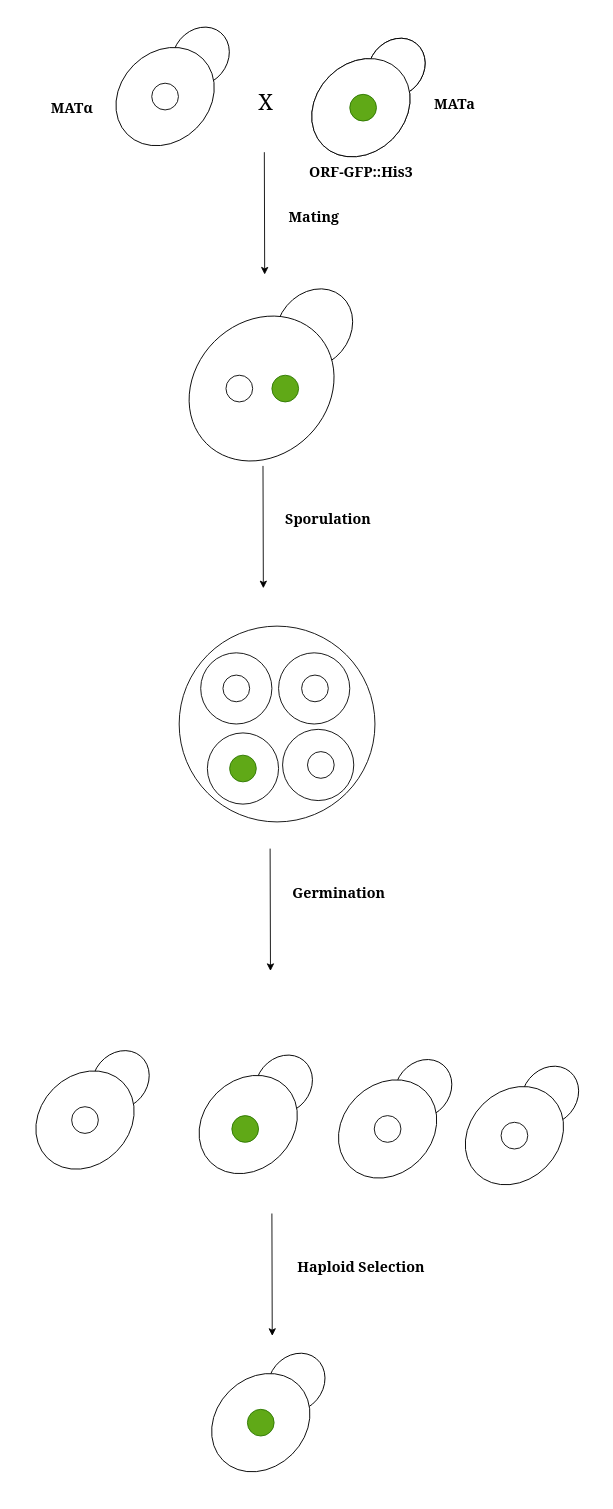
This is sporulation_library.drawio from AcubeSAT/yeast-biology, a draw.io file, before an edit. Source tidied: cells renumbered, new cells numbered last; positions are measured from the earlier drawing's top-left corner, leaving out a move shared by most shapes. Both pictures are drawn from the tidied source at 89%, with x=0, y=0 at pixel (31, 29).
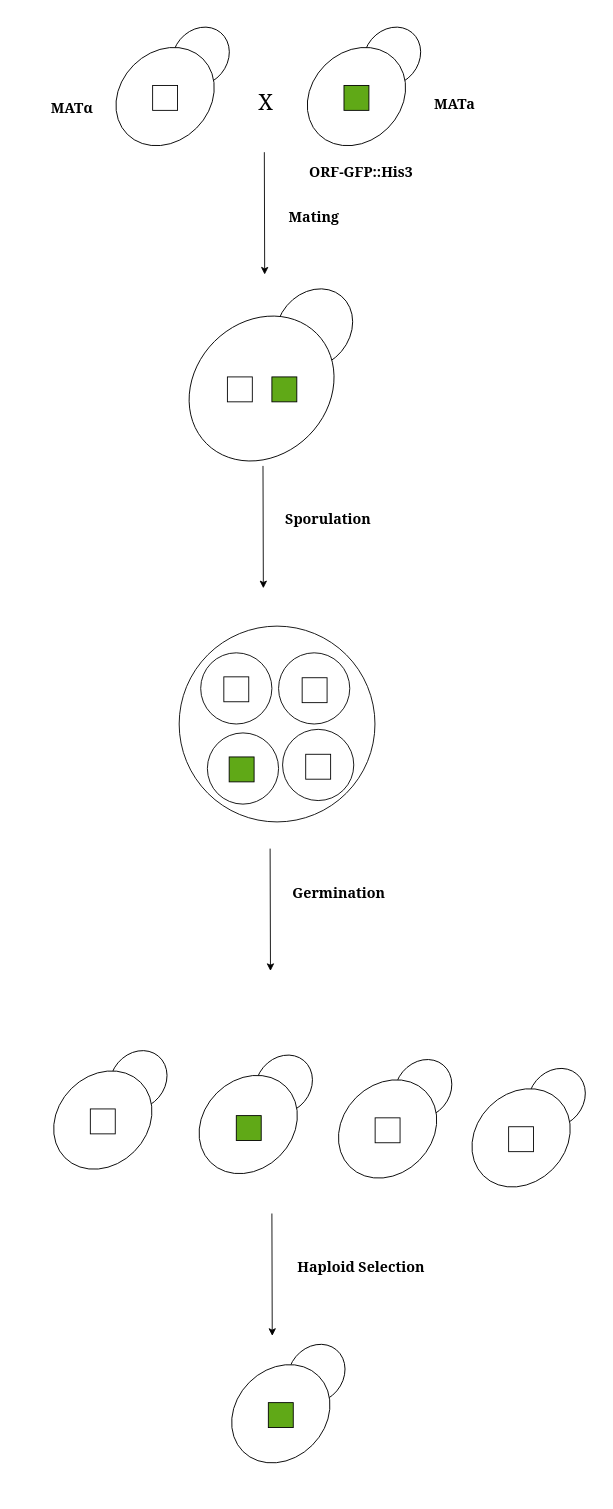
The same page after the edit.

What changed in the source:
```diff
@@
-    <mxCell id="2" style="ellipse;whiteSpace=wrap;html=1;rotation=130;direction=south;fillColor=#E6E6E6;strokeColor=#E6E6E6;" parent="1" vertex="1">
-      <mxGeometry x="155" width="70" height="60" as="geometry" />
-    </mxCell>
-    <mxCell id="3" style="ellipse;whiteSpace=wrap;html=1;direction=north;rotation=-45;fillColor=#E6E6E6;strokeColor=#E6E6E6;" parent="1" vertex="1">
-      <mxGeometry x="90" y="25" width="120" height="100" as="geometry" />
-    </mxCell>
-    <mxCell id="4" style="ellipse;whiteSpace=wrap;html=1;rotation=130;direction=south;fillColor=#FFFFFF;" parent="1" vertex="1">
-      <mxGeometry x="155" width="70" height="60" as="geometry" />
-    </mxCell>
-    <mxCell id="5" style="ellipse;whiteSpace=wrap;html=1;direction=north;rotation=-45;fillColor=#FFFFFF;" parent="1" vertex="1">
-      <mxGeometry x="90" y="25" width="120" height="100" as="geometry" />
-    </mxCell>
@@
-    <mxCell id="8" style="ellipse;whiteSpace=wrap;html=1;rotation=130;direction=south;fillColor=#FFFFFF;" parent="1" vertex="1">
-      <mxGeometry x="375" y="12.5" width="70" height="60" as="geometry" />
-    </mxCell>
-    <mxCell id="9" style="ellipse;whiteSpace=wrap;html=1;direction=north;rotation=-45;fillColor=#FFFFFF;" parent="1" vertex="1">
-      <mxGeometry x="310" y="37.5" width="120" height="100" as="geometry" />
-    </mxCell>
-    <mxCell id="10" style="ellipse;whiteSpace=wrap;html=1;rotation=130;direction=south;fillColor=#FFFFFF;" parent="1" vertex="1">
-      <mxGeometry x="375" y="12.5" width="70" height="60" as="geometry" />
-    </mxCell>
-    <mxCell id="11" style="ellipse;whiteSpace=wrap;html=1;direction=north;rotation=-45;fillColor=#FFFFFF;" parent="1" vertex="1">
-      <mxGeometry x="310" y="37.5" width="120" height="100" as="geometry" />
-    </mxCell>
@@
-    <mxCell id="21" style="ellipse;whiteSpace=wrap;html=1;rotation=130;direction=south;fillColor=#FFFFFF;" parent="1" vertex="1">
-      <mxGeometry x="65" y="1150" width="70" height="60" as="geometry" />
-    </mxCell>
-    <mxCell id="22" style="ellipse;whiteSpace=wrap;html=1;direction=north;rotation=-45;fillColor=#FFFFFF;" parent="1" vertex="1">
-      <mxGeometry y="1175" width="120" height="100" as="geometry" />
-    </mxCell>
@@
-    <mxCell id="25" style="ellipse;whiteSpace=wrap;html=1;rotation=130;direction=south;fillColor=#FFFFFF;" parent="1" vertex="1">
-      <mxGeometry x="405" y="1160" width="70" height="60" as="geometry" />
-    </mxCell>
-    <mxCell id="26" style="ellipse;whiteSpace=wrap;html=1;direction=north;rotation=-45;fillColor=#FFFFFF;" parent="1" vertex="1">
-      <mxGeometry x="340" y="1185" width="120" height="100" as="geometry" />
-    </mxCell>
-    <mxCell id="27" style="ellipse;whiteSpace=wrap;html=1;rotation=130;direction=south;fillColor=#FFFFFF;" parent="1" vertex="1">
-      <mxGeometry x="547.5" y="1167.5" width="70" height="60" as="geometry" />
-    </mxCell>
-    <mxCell id="28" style="ellipse;whiteSpace=wrap;html=1;direction=north;rotation=-45;fillColor=#FFFFFF;" parent="1" vertex="1">
-      <mxGeometry x="482.5" y="1192.5" width="120" height="100" as="geometry" />
-    </mxCell>
-    <mxCell id="29" style="ellipse;whiteSpace=wrap;html=1;rotation=130;direction=south;fillColor=#FFFFFF;" parent="1" vertex="1">
-      <mxGeometry x="262.5" y="1490" width="70" height="60" as="geometry" />
-    </mxCell>
-    <mxCell id="30" style="ellipse;whiteSpace=wrap;html=1;direction=north;rotation=-45;fillColor=#FFFFFF;" parent="1" vertex="1">
-      <mxGeometry x="197.5" y="1515" width="120" height="100" as="geometry" />
-    </mxCell>
@@
-    <mxCell id="37" style="ellipse;whiteSpace=wrap;html=1;strokeColor=#000000;fillColor=#FFFFFF;" parent="1" vertex="1">
-      <mxGeometry x="135" y="60" width="30" height="30" as="geometry" />
-    </mxCell>
-    <mxCell id="38" style="ellipse;whiteSpace=wrap;html=1;strokeColor=#2D7600;fillColor=#60a917;fontColor=#ffffff;" parent="1" vertex="1">
-      <mxGeometry x="357.5" y="72.5" width="30" height="30" as="geometry" />
-    </mxCell>
-    <mxCell id="39" style="ellipse;whiteSpace=wrap;html=1;strokeColor=#2D7600;fillColor=#60a917;fontColor=#ffffff;" parent="1" vertex="1">
-      <mxGeometry x="270" y="388.1" width="30" height="30" as="geometry" />
-    </mxCell>
-    <mxCell id="40" style="ellipse;whiteSpace=wrap;html=1;strokeColor=#000000;fillColor=#FFFFFF;" parent="1" vertex="1">
-      <mxGeometry x="218.4" y="388.1" width="30" height="30" as="geometry" />
-    </mxCell>
-    <mxCell id="41" style="ellipse;whiteSpace=wrap;html=1;strokeColor=#000000;fillColor=#FFFFFF;" parent="1" vertex="1">
-      <mxGeometry x="215" y="725" width="30" height="30" as="geometry" />
-    </mxCell>
-    <mxCell id="42" style="ellipse;whiteSpace=wrap;html=1;strokeColor=#000000;fillColor=#FFFFFF;" parent="1" vertex="1">
-      <mxGeometry x="303.4" y="725" width="30" height="30" as="geometry" />
-    </mxCell>
-    <mxCell id="43" style="ellipse;whiteSpace=wrap;html=1;strokeColor=#2D7600;fillColor=#60a917;fontColor=#ffffff;" parent="1" vertex="1">
-      <mxGeometry x="222.5" y="815" width="30" height="30" as="geometry" />
-    </mxCell>
-    <mxCell id="44" style="ellipse;whiteSpace=wrap;html=1;strokeColor=#000000;fillColor=#FFFFFF;" parent="1" vertex="1">
-      <mxGeometry x="310" y="811" width="30" height="30" as="geometry" />
-    </mxCell>
-    <mxCell id="45" style="ellipse;whiteSpace=wrap;html=1;strokeColor=#000000;fillColor=#FFFFFF;" parent="1" vertex="1">
-      <mxGeometry x="45" y="1210" width="30" height="30" as="geometry" />
-    </mxCell>
-    <mxCell id="46" style="ellipse;whiteSpace=wrap;html=1;strokeColor=#000000;fillColor=#FFFFFF;" parent="1" vertex="1">
-      <mxGeometry x="385" y="1220" width="30" height="30" as="geometry" />
-    </mxCell>
-    <mxCell id="47" style="ellipse;whiteSpace=wrap;html=1;strokeColor=#000000;fillColor=#FFFFFF;" parent="1" vertex="1">
-      <mxGeometry x="527.5" y="1227.5" width="30" height="30" as="geometry" />
-    </mxCell>
-    <mxCell id="48" style="ellipse;whiteSpace=wrap;html=1;strokeColor=#2D7600;fillColor=#60a917;fontColor=#ffffff;" parent="1" vertex="1">
-      <mxGeometry x="225" y="1220" width="30" height="30" as="geometry" />
-    </mxCell>
-    <mxCell id="49" style="ellipse;whiteSpace=wrap;html=1;strokeColor=#2D7600;fillColor=#60a917;fontColor=#ffffff;" parent="1" vertex="1">
-      <mxGeometry x="242.5" y="1550" width="30" height="30" as="geometry" />
-    </mxCell>
@@
+    <mxCell id="52" style="ellipse;whiteSpace=wrap;html=1;rotation=130;direction=south;fillColor=#FFFFFF;" parent="1" vertex="1">
+      <mxGeometry x="370" width="70" height="60" as="geometry" />
+    </mxCell>
+    <mxCell id="53" style="ellipse;whiteSpace=wrap;html=1;direction=north;rotation=-45;fillColor=#FFFFFF;" parent="1" vertex="1">
+      <mxGeometry x="305" y="25" width="120" height="100" as="geometry" />
+    </mxCell>
+    <mxCell id="54" style="whiteSpace=wrap;html=1;strokeColor=#000000;fillColor=#60A917;direction=south;" parent="1" vertex="1">
+      <mxGeometry x="351" y="62.5" width="28" height="28" as="geometry" />
+    </mxCell>
+    <mxCell id="4" style="ellipse;whiteSpace=wrap;html=1;rotation=130;direction=south;fillColor=#FFFFFF;" parent="1" vertex="1">
+      <mxGeometry x="155" width="70" height="60" as="geometry" />
+    </mxCell>
+    <mxCell id="5" style="ellipse;whiteSpace=wrap;html=1;direction=north;rotation=-45;fillColor=#FFFFFF;" parent="1" vertex="1">
+      <mxGeometry x="90" y="25" width="120" height="100" as="geometry" />
+    </mxCell>
+    <mxCell id="55" style="whiteSpace=wrap;html=1;strokeColor=#000000;direction=south;fillColor=#FFFFFF;" parent="1" vertex="1">
+      <mxGeometry x="136" y="62.5" width="28" height="28" as="geometry" />
+    </mxCell>
+    <mxCell id="56" style="whiteSpace=wrap;html=1;strokeColor=#000000;direction=south;fillColor=#FFFFFF;" parent="1" vertex="1">
+      <mxGeometry x="220" y="390" width="28" height="28" as="geometry" />
+    </mxCell>
+    <mxCell id="57" style="whiteSpace=wrap;html=1;strokeColor=#000000;fillColor=#60A917;direction=south;" parent="1" vertex="1">
+      <mxGeometry x="270" y="390" width="28" height="28" as="geometry" />
+    </mxCell>
+    <mxCell id="58" style="whiteSpace=wrap;html=1;strokeColor=#000000;direction=south;fillColor=#FFFFFF;" parent="1" vertex="1">
+      <mxGeometry x="216" y="727" width="28" height="28" as="geometry" />
+    </mxCell>
+    <mxCell id="59" style="whiteSpace=wrap;html=1;strokeColor=#000000;direction=south;fillColor=#FFFFFF;" parent="1" vertex="1">
+      <mxGeometry x="304" y="728" width="28" height="28" as="geometry" />
+    </mxCell>
+    <mxCell id="60" style="whiteSpace=wrap;html=1;strokeColor=#000000;direction=south;fillColor=#FFFFFF;" parent="1" vertex="1">
+      <mxGeometry x="308" y="814" width="28" height="28" as="geometry" />
+    </mxCell>
+    <mxCell id="61" style="whiteSpace=wrap;html=1;strokeColor=#000000;fillColor=#60A917;direction=south;" parent="1" vertex="1">
+      <mxGeometry x="230" y="1220" width="28" height="28" as="geometry" />
+    </mxCell>
+    <mxCell id="62" style="ellipse;whiteSpace=wrap;html=1;rotation=130;direction=south;fillColor=#FFFFFF;" parent="1" vertex="1">
+      <mxGeometry x="85" y="1150" width="70" height="60" as="geometry" />
+    </mxCell>
+    <mxCell id="63" style="ellipse;whiteSpace=wrap;html=1;direction=north;rotation=-45;fillColor=#FFFFFF;" parent="1" vertex="1">
+      <mxGeometry x="20" y="1175" width="120" height="100" as="geometry" />
+    </mxCell>
+    <mxCell id="64" style="whiteSpace=wrap;html=1;strokeColor=#000000;direction=south;fillColor=#FFFFFF;" parent="1" vertex="1">
+      <mxGeometry x="66" y="1212.5" width="28" height="28" as="geometry" />
+    </mxCell>
+    <mxCell id="25" style="ellipse;whiteSpace=wrap;html=1;rotation=130;direction=south;fillColor=#FFFFFF;" parent="1" vertex="1">
+      <mxGeometry x="405" y="1160" width="70" height="60" as="geometry" />
+    </mxCell>
+    <mxCell id="26" style="ellipse;whiteSpace=wrap;html=1;direction=north;rotation=-45;fillColor=#FFFFFF;" parent="1" vertex="1">
+      <mxGeometry x="340" y="1185" width="120" height="100" as="geometry" />
+    </mxCell>
+    <mxCell id="65" style="whiteSpace=wrap;html=1;strokeColor=#000000;direction=south;fillColor=#FFFFFF;" parent="1" vertex="1">
+      <mxGeometry x="386" y="1222.5" width="28" height="28" as="geometry" />
+    </mxCell>
+    <mxCell id="66" style="ellipse;whiteSpace=wrap;html=1;rotation=130;direction=south;fillColor=#FFFFFF;" parent="1" vertex="1">
+      <mxGeometry x="555" y="1170" width="70" height="60" as="geometry" />
+    </mxCell>
+    <mxCell id="67" style="ellipse;whiteSpace=wrap;html=1;direction=north;rotation=-45;fillColor=#FFFFFF;" parent="1" vertex="1">
+      <mxGeometry x="490" y="1195" width="120" height="100" as="geometry" />
+    </mxCell>
+    <mxCell id="68" style="whiteSpace=wrap;html=1;strokeColor=#000000;direction=south;fillColor=#FFFFFF;" parent="1" vertex="1">
+      <mxGeometry x="536" y="1232.5" width="28" height="28" as="geometry" />
+    </mxCell>
+    <mxCell id="69" style="ellipse;whiteSpace=wrap;html=1;rotation=130;direction=south;fillColor=#FFFFFF;" parent="1" vertex="1">
+      <mxGeometry x="285" y="1480" width="70" height="60" as="geometry" />
+    </mxCell>
+    <mxCell id="70" style="ellipse;whiteSpace=wrap;html=1;direction=north;rotation=-45;fillColor=#FFFFFF;" parent="1" vertex="1">
+      <mxGeometry x="220" y="1505" width="120" height="100" as="geometry" />
+    </mxCell>
+    <mxCell id="71" style="whiteSpace=wrap;html=1;strokeColor=#000000;fillColor=#60A917;direction=south;" parent="1" vertex="1">
+      <mxGeometry x="266" y="1542.5" width="28" height="28" as="geometry" />
+    </mxCell>
+    <mxCell id="72" style="whiteSpace=wrap;html=1;strokeColor=#000000;fillColor=#60A917;direction=south;" parent="1" vertex="1">
+      <mxGeometry x="222" y="817" width="28" height="28" as="geometry" />
+    </mxCell>
```
